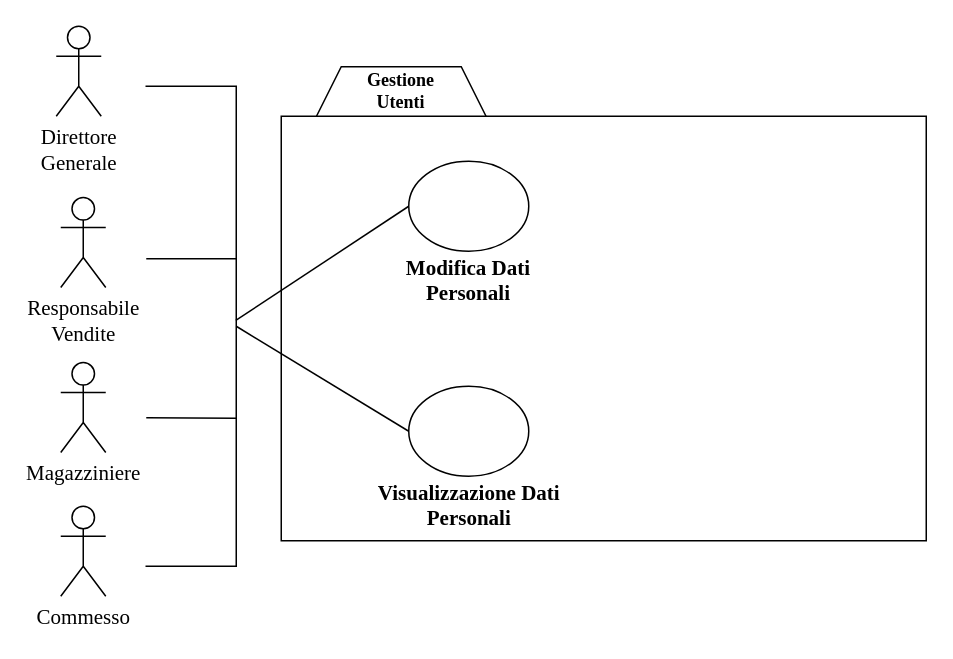
Carmineh/IT-Manager keeps this draw.io diagram as bozze/GestioneAreaPersonaleALPHA.drawio. Above is the earlier version. Source tidied: cells renumbered, new cells numbered last; positions are measured from the earlier drawing's top-left corner, leaving out a move shared by most shapes. Both pictures are drawn from the tidied source at 150%, with x=0, y=0 at pixel (-50, 26).
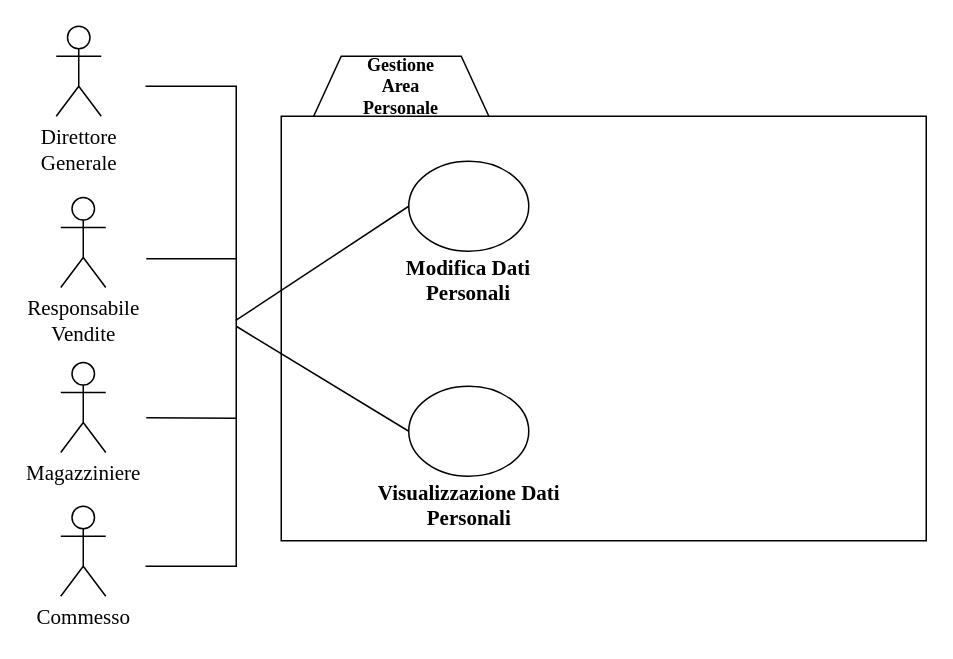
The same diagram, later.

What changed in the source:
```diff
@@
 <mxGraphModel>
   <root>
     <mxCell id="0" />
     <mxCell id="1" parent="0" />
     <mxCell id="2" style="shape=hexagon;perimeter=hexagonPerimeter2;whiteSpace=wrap;html=1;fixedSize=1;" parent="1" vertex="1">
-      <mxGeometry x="240" y="27" width="120" height="80" as="geometry" />
+      <mxGeometry x="240" y="20" width="120" height="87" as="geometry" />
     </mxCell>
     <mxCell id="3" value="&lt;div&gt;&lt;font style=&quot;font-size: 14px&quot; face=&quot;Times New Roman&quot;&gt;Direttore&lt;/font&gt;&lt;/div&gt;&lt;div&gt;&lt;font style=&quot;font-size: 14px&quot; face=&quot;Times New Roman&quot;&gt;Generale&lt;br&gt;&lt;/font&gt;&lt;/div&gt;" style="shape=umlActor;verticalLabelPosition=bottom;verticalAlign=top;html=1;" parent="1" vertex="1">
       <mxGeometry x="70" width="30" height="60" as="geometry" />
     </mxCell>
     <mxCell id="4" value="&lt;div&gt;&lt;font style=&quot;font-size: 14px&quot; face=&quot;Times New Roman&quot;&gt;Responsabile&lt;/font&gt;&lt;/div&gt;&lt;div&gt;&lt;font style=&quot;font-size: 14px&quot; face=&quot;Times New Roman&quot;&gt;Vendite&lt;br&gt;&lt;/font&gt;&lt;/div&gt;" style="shape=umlActor;verticalLabelPosition=bottom;verticalAlign=top;html=1;" parent="1" vertex="1">
       <mxGeometry x="73" y="114.2" width="30" height="60" as="geometry" />
     </mxCell>
     <mxCell id="5" value="&lt;font style=&quot;font-size: 14px&quot; face=&quot;Times New Roman&quot;&gt;Magazziniere&lt;/font&gt;" style="shape=umlActor;verticalLabelPosition=bottom;verticalAlign=top;html=1;" parent="1" vertex="1">
       <mxGeometry x="73" y="224.2" width="30" height="60" as="geometry" />
     </mxCell>
     <mxCell id="6" value="&lt;font style=&quot;font-size: 14px&quot; face=&quot;Times New Roman&quot;&gt;Commesso&lt;/font&gt;" style="shape=umlActor;verticalLabelPosition=bottom;verticalAlign=top;html=1;" parent="1" vertex="1">
       <mxGeometry x="73" y="320" width="30" height="60" as="geometry" />
     </mxCell>
     <mxCell id="7" style="rounded=0;whiteSpace=wrap;html=1;" parent="1" vertex="1">
       <mxGeometry x="220" y="60" width="430" height="283" as="geometry" />
     </mxCell>
     <mxCell id="8" value="&lt;div&gt;&lt;br&gt;&lt;/div&gt;&lt;div&gt;&lt;br&gt;&lt;/div&gt;&lt;div&gt;&lt;br&gt;&lt;/div&gt;&lt;div&gt;&lt;br&gt;&lt;/div&gt;&lt;div&gt;&lt;br&gt;&lt;/div&gt;&lt;div&gt;&lt;br&gt;&lt;/div&gt;" style="ellipse;whiteSpace=wrap;html=1;" parent="1" vertex="1">
       <mxGeometry x="305" y="90" width="80" height="60" as="geometry" />
     </mxCell>
     <mxCell id="9" value="&lt;div&gt;&lt;font style=&quot;font-size: 14px&quot; face=&quot;Times New Roman&quot;&gt;&lt;b&gt;Modifica Dati&lt;/b&gt;&lt;/font&gt;&lt;/div&gt;&lt;div&gt;&lt;font style=&quot;font-size: 12px&quot;&gt;&lt;font style=&quot;font-size: 14px&quot; face=&quot;Times New Roman&quot;&gt;&lt;b&gt;Personali&lt;/b&gt;&lt;/font&gt;&lt;br&gt;&lt;/font&gt;&lt;/div&gt;" style="text;html=1;strokeColor=none;fillColor=none;align=center;verticalAlign=middle;whiteSpace=wrap;rounded=0;" parent="1" vertex="1">
       <mxGeometry x="280" y="160" width="130" height="20" as="geometry" />
     </mxCell>
     <mxCell id="10" value="&lt;div&gt;&lt;br&gt;&lt;/div&gt;&lt;div&gt;&lt;br&gt;&lt;/div&gt;&lt;div&gt;&lt;br&gt;&lt;/div&gt;&lt;div&gt;&lt;br&gt;&lt;/div&gt;&lt;div&gt;&lt;br&gt;&lt;/div&gt;&lt;div&gt;&lt;br&gt;&lt;/div&gt;" style="ellipse;whiteSpace=wrap;html=1;" parent="1" vertex="1">
       <mxGeometry x="305" y="240" width="80" height="60" as="geometry" />
     </mxCell>
     <mxCell id="11" value="&lt;div&gt;&lt;font style=&quot;font-size: 14px&quot; face=&quot;Times New Roman&quot;&gt;&lt;b&gt;Visualizzazione Dati&lt;/b&gt;&lt;/font&gt;&lt;/div&gt;&lt;div&gt;&lt;font style=&quot;font-size: 12px&quot; face=&quot;Times New Roman&quot;&gt;&lt;font style=&quot;font-size: 14px&quot;&gt;&lt;b&gt;Personali&lt;/b&gt;&lt;/font&gt;&lt;br&gt;&lt;/font&gt;&lt;/div&gt;" style="text;html=1;strokeColor=none;fillColor=none;align=center;verticalAlign=middle;whiteSpace=wrap;rounded=0;" parent="1" vertex="1">
       <mxGeometry x="272.5" y="310" width="145" height="20" as="geometry" />
     </mxCell>
     <mxCell id="12" style="shape=partialRectangle;whiteSpace=wrap;html=1;bottom=1;right=1;left=1;top=0;fillColor=none;routingCenterX=-0.5;rotation=-90;" parent="1" vertex="1">
       <mxGeometry y="170" width="320" height="60" as="geometry" />
     </mxCell>
     <mxCell id="13" style="endArrow=none;html=1;" parent="1" edge="1">
       <mxGeometry relative="1" as="geometry">
         <mxPoint x="130" y="155" as="sourcePoint" />
         <mxPoint x="190" y="155" as="targetPoint" />
       </mxGeometry>
     </mxCell>
     <mxCell id="14" style="endArrow=none;html=1;" parent="1" edge="1">
       <mxGeometry relative="1" as="geometry">
         <mxPoint x="130" y="261" as="sourcePoint" />
         <mxPoint x="190" y="261.3" as="targetPoint" />
       </mxGeometry>
     </mxCell>
-    <mxCell id="15" value="&lt;div align=&quot;center&quot;&gt;&lt;font face=&quot;Times New Roman&quot;&gt;&lt;b&gt;Gestione&lt;/b&gt;&lt;/font&gt;&lt;/div&gt;&lt;div align=&quot;center&quot;&gt;&lt;font face=&quot;Times New Roman&quot;&gt;&lt;b&gt;Utenti&lt;/b&gt;&lt;br&gt;&lt;/font&gt;&lt;/div&gt;" style="text;html=1;strokeColor=none;fillColor=none;align=center;verticalAlign=middle;whiteSpace=wrap;rounded=0;" parent="1" vertex="1">
-      <mxGeometry x="280" y="33" width="40" height="20" as="geometry" />
+    <mxCell id="15" value="&lt;div align=&quot;center&quot;&gt;&lt;font face=&quot;Times New Roman&quot;&gt;&lt;b&gt;Gestione&lt;/b&gt;&lt;/font&gt;&lt;/div&gt;&lt;div align=&quot;center&quot;&gt;&lt;font face=&quot;Times New Roman&quot;&gt;&lt;b&gt;Area Personale&lt;/b&gt;&lt;/font&gt;&lt;/div&gt;" style="text;html=1;strokeColor=none;fillColor=none;align=center;verticalAlign=middle;whiteSpace=wrap;rounded=0;" parent="1" vertex="1">
+      <mxGeometry x="280" y="30" width="40" height="20" as="geometry" />
     </mxCell>
     <mxCell id="16" style="endArrow=none;html=1;entryX=0;entryY=0.5;entryDx=0;entryDy=0;exitX=0.512;exitY=0.995;exitDx=0;exitDy=0;exitPerimeter=0;" parent="1" edge="1" source="12" target="8">
       <mxGeometry relative="1" as="geometry" />
     </mxCell>
     <mxCell id="17" style="endArrow=none;html=1;exitX=0.5;exitY=1;exitDx=0;exitDy=0;entryX=0;entryY=0.5;entryDx=0;entryDy=0;" parent="1" edge="1" source="12" target="10">
       <mxGeometry relative="1" as="geometry" />
     </mxCell>
   </root>
 </mxGraphModel>
```
